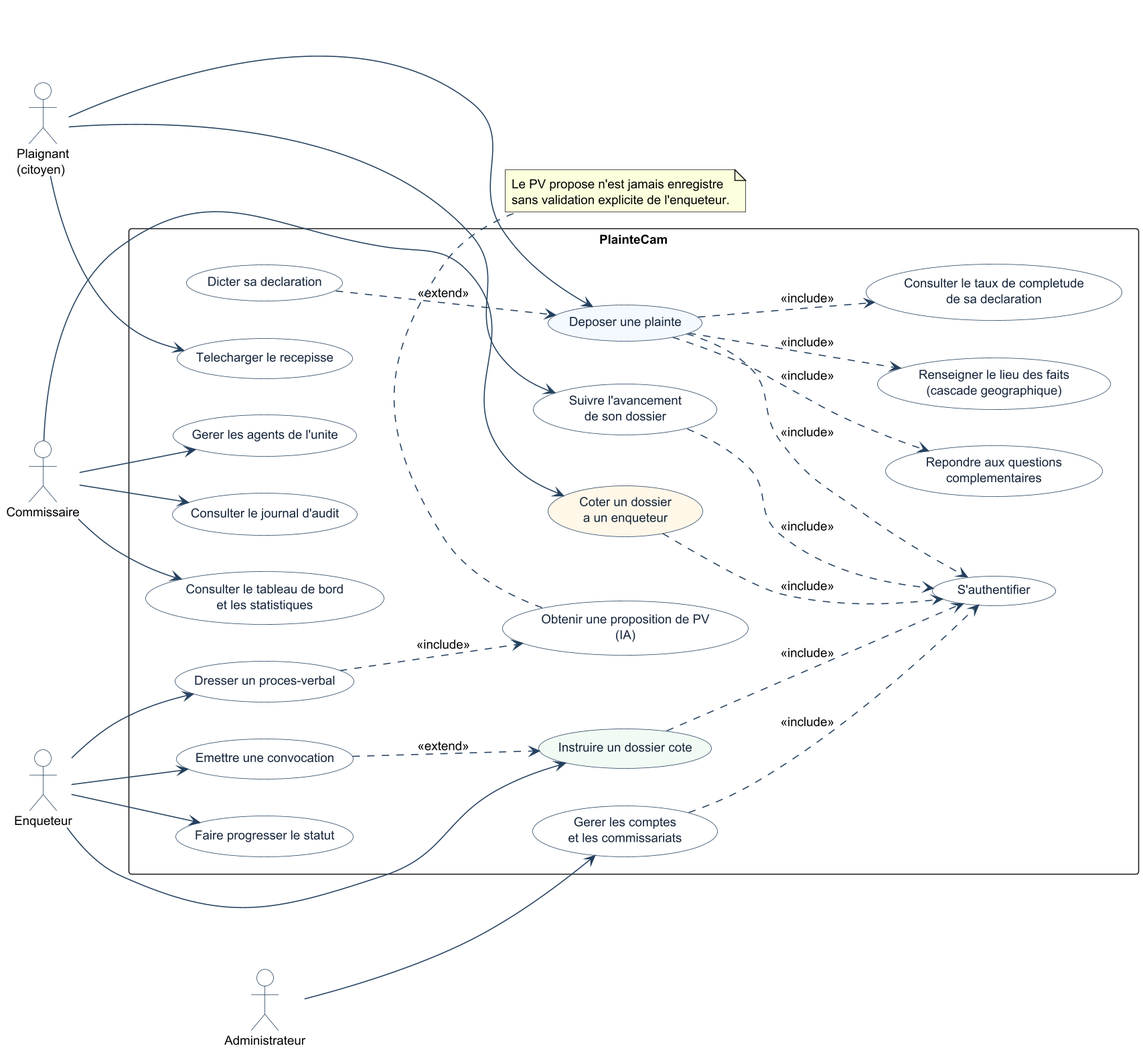
Before: memoire/diagrammes/usecase.png, a diagram exported from PlantUML (NodemBorel/plainte-cam).
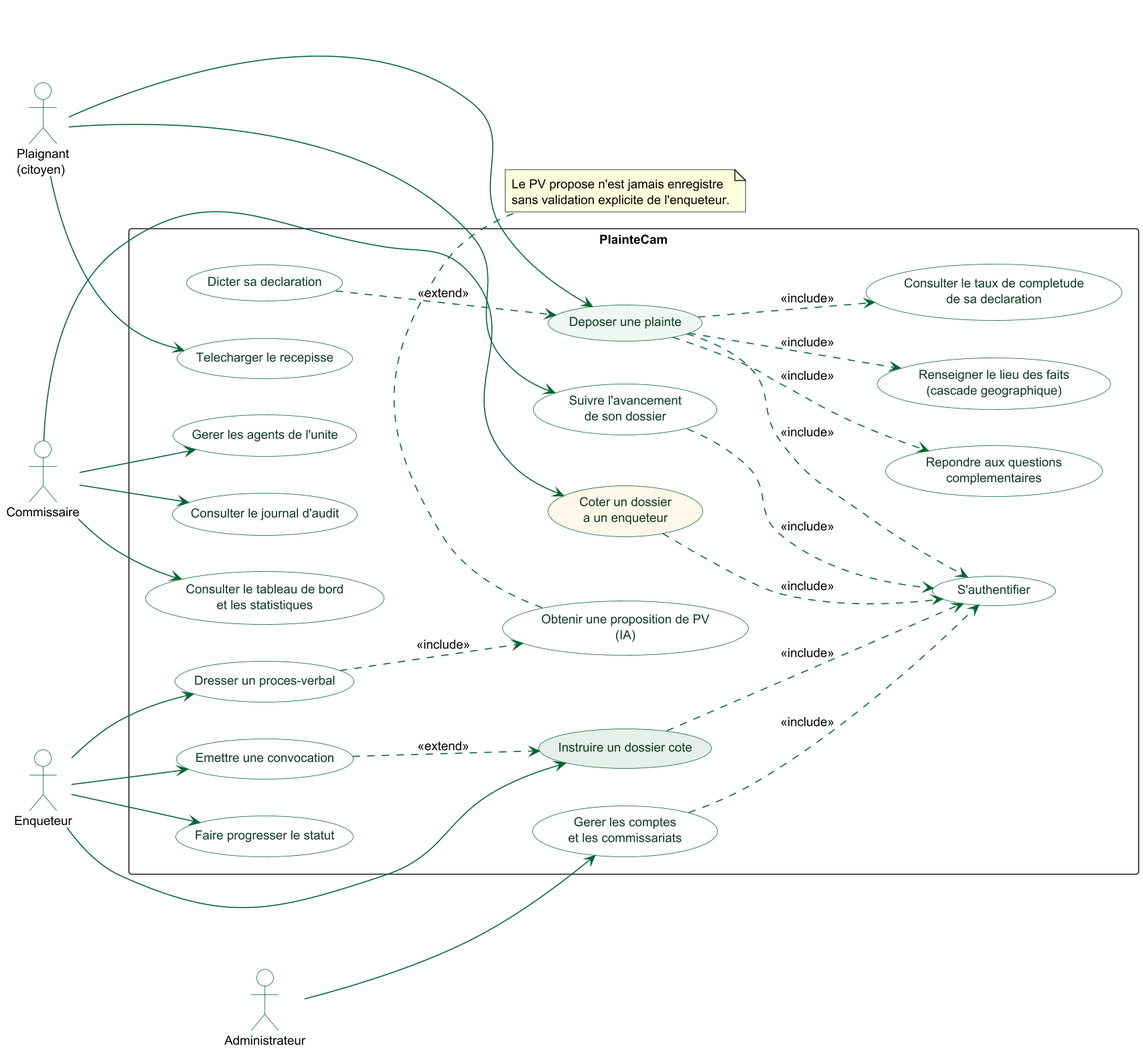
After the change.

Diff of the diagram source:
```diff
@@ -5,17 +5,17 @@
 skinparam shadowing false
 skinparam defaultFontName Helvetica
 skinparam defaultFontSize 12
-skinparam ArrowColor #24405E
+skinparam ArrowColor #006432
 skinparam packageStyle rectangle
 
 skinparam actor {
-  BorderColor #24405E
+  BorderColor #006432
   BackgroundColor #FFFFFF
 }
 skinparam usecase {
-  BorderColor #24405E
+  BorderColor #006432
   BackgroundColor #FFFFFF
-  FontColor #14243A
+  FontColor #0B3A22
 }
 
 left to right direction
@@ -29,7 +29,7 @@
 
   usecase "S'authentifier"                        as UC0
 
-  usecase "Deposer une plainte"                   as UC1  #F4F8FF
+  usecase "Deposer une plainte"                   as UC1  #EFF7F2
   usecase "Renseigner le lieu des faits\n(cascade geographique)" as UC1a
   usecase "Consulter le taux de completude\nde sa declaration"   as UC1b
   usecase "Repondre aux questions\ncomplementaires"              as UC1c
@@ -42,7 +42,7 @@
   usecase "Gerer les agents de l'unite"           as UC6
   usecase "Consulter le journal d'audit"          as UC7
 
-  usecase "Instruire un dossier cote"             as UC8  #F1FBF4
+  usecase "Instruire un dossier cote"             as UC8  #E4F0E9
   usecase "Emettre une convocation"               as UC9
   usecase "Dresser un proces-verbal"              as UC10
   usecase "Obtenir une proposition de PV\n(IA)"   as UC10a
```
